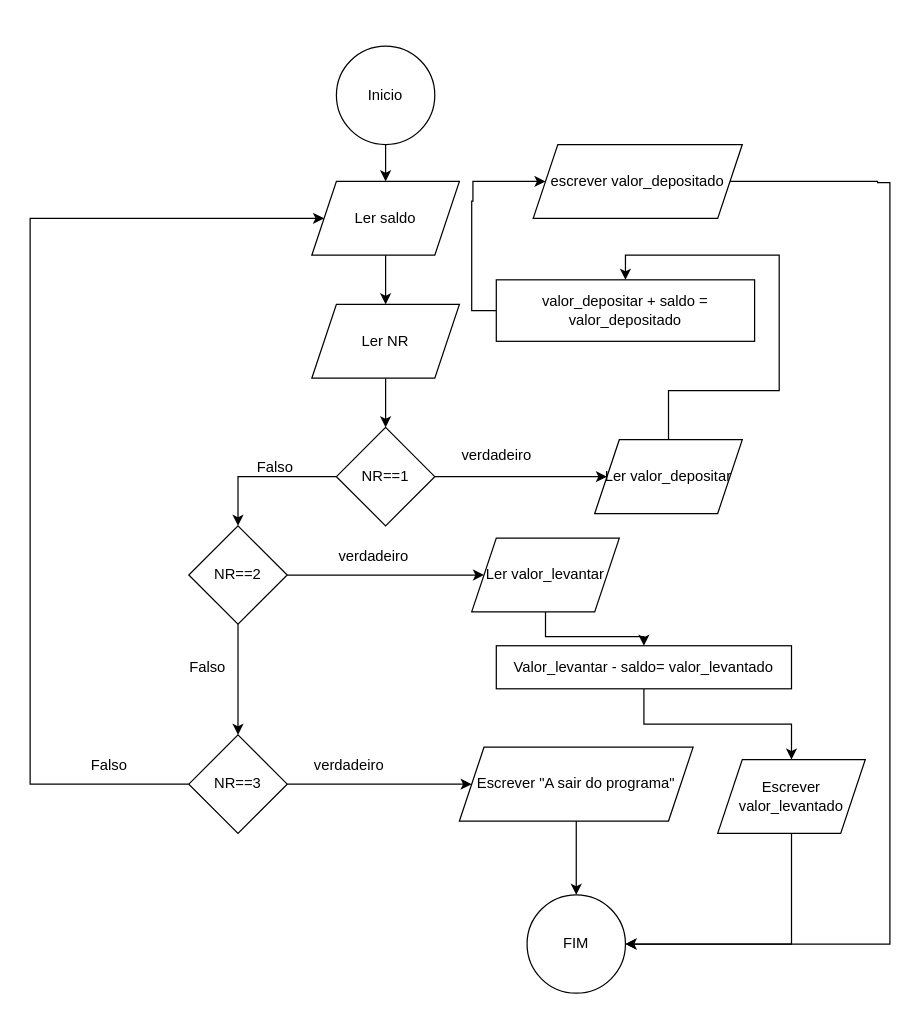
This is teste.drawio from Mobojobil/Tom-s-guerreiro-, a draw.io file, before an edit. Source tidied: cells renumbered, new cells numbered last; positions are measured from the earlier drawing's top-left corner, leaving out a move shared by most shapes. Both pictures are drawn from the tidied source at 123%, with x=0, y=0 at pixel (30, 46).
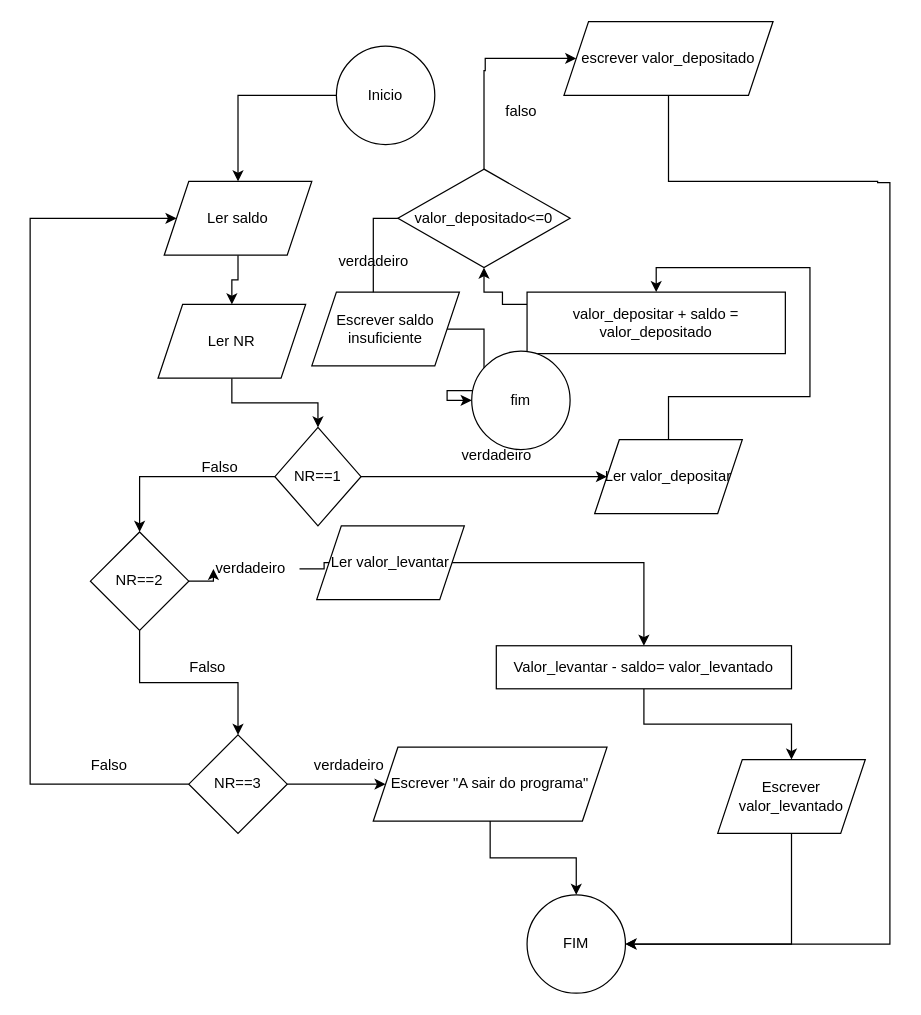
The same page after the edit.

Diff of the diagram source:
```diff
@@
     <mxCell id="6" value="NR==1" style="rhombus;whiteSpace=wrap;html=1;" parent="1" vertex="1">
-      <mxGeometry x="249" y="310" width="80" height="80" as="geometry" />
+      <mxGeometry x="199" y="310" width="70" height="80" as="geometry" />
     </mxCell>
@@
     <mxCell id="8" value="Ler NR" style="shape=parallelogram;perimeter=parallelogramPerimeter;whiteSpace=wrap;html=1;fixedSize=1;" parent="1" vertex="1">
-      <mxGeometry x="229" y="210" width="120" height="60" as="geometry" />
+      <mxGeometry x="104" y="210" width="120" height="60" as="geometry" />
     </mxCell>
@@
-    <mxCell id="12" style="edgeStyle=orthogonalEdgeStyle;rounded=0;jettySize=auto;html=1;" parent="1" edge="1" source="14" target="26">
+    <mxCell id="12" style="edgeStyle=orthogonalEdgeStyle;rounded=0;jettySize=auto;html=1;" parent="1" edge="1" source="19" target="26">
       <mxGeometry relative="1" as="geometry" />
     </mxCell>
@@
     <mxCell id="14" value="NR==2" style="rhombus;whiteSpace=wrap;html=1;" parent="1" vertex="1">
-      <mxGeometry x="129" y="390" width="80" height="80" as="geometry" />
+      <mxGeometry x="49" y="395" width="80" height="80" as="geometry" />
     </mxCell>
@@
     <mxCell id="16" value="Ler saldo" style="shape=parallelogram;perimeter=parallelogramPerimeter;whiteSpace=wrap;html=1;fixedSize=1;" parent="1" vertex="1">
-      <mxGeometry x="229" y="110" width="120" height="60" as="geometry" />
+      <mxGeometry x="109" y="110" width="120" height="60" as="geometry" />
     </mxCell>
@@
-    <mxCell id="19" value="verdadeiro" style="text;html=1;align=center;verticalAlign=middle;points=[];strokeColor=none;fillColor=none;" parent="1" vertex="1">
-      <mxGeometry x="239" y="400" width="80" height="30" as="geometry" />
-    </mxCell>
     <mxCell id="20" value="Falso" style="text;html=1;align=center;verticalAlign=middle;strokeColor=none;fillColor=none;" parent="1" vertex="1">
-      <mxGeometry x="174" y="328" width="50" height="30" as="geometry" />
+      <mxGeometry x="129" y="328" width="50" height="30" as="geometry" />
     </mxCell>
@@
     <mxCell id="26" value="Ler valor_levantar" style="shape=parallelogram;perimeter=parallelogramPerimeter;whiteSpace=wrap;html=1;fixedSize=1;" parent="1" vertex="1">
-      <mxGeometry x="359" y="400" width="120" height="60" as="geometry" />
+      <mxGeometry x="233" y="390" width="120" height="60" as="geometry" />
     </mxCell>
@@
     <mxCell id="28" value="Escrever &quot;A sair do programa&quot;" style="shape=parallelogram;perimeter=parallelogramPerimeter;whiteSpace=wrap;html=1;fixedSize=1;" parent="1" vertex="1">
-      <mxGeometry x="349" y="570" width="190" height="60" as="geometry" />
+      <mxGeometry x="279" y="570" width="190" height="60" as="geometry" />
     </mxCell>
@@
-    <mxCell id="34" style="edgeStyle=orthogonalEdgeStyle;rounded=0;jettySize=auto;html=1;" parent="1" edge="1" source="35" target="37">
-      <mxGeometry relative="1" as="geometry">
-        <Array as="points">
-          <mxPoint x="359" y="215" />
-          <mxPoint x="359" y="126" />
-          <mxPoint x="360" y="126" />
-          <mxPoint x="360" y="110" />
-        </Array>
-      </mxGeometry>
-    </mxCell>
+    <mxCell id="38" style="edgeStyle=orthogonalEdgeStyle;rounded=0;jettySize=auto;html=1;" parent="1" edge="1" source="35" target="41">
+      <mxGeometry relative="1" as="geometry">
+        <Array as="points">
+          <mxPoint x="384" y="210" />
+          <mxPoint x="384" y="200" />
+          <mxPoint x="369" y="200" />
+        </Array>
+      </mxGeometry>
+    </mxCell>
     <mxCell id="35" value="valor_depositar + saldo = valor_depositado" style="rounded=0;whiteSpace=wrap;html=1;" parent="1" vertex="1">
-      <mxGeometry x="379" y="190" width="210" height="50" as="geometry" />
+      <mxGeometry x="404" y="200" width="210" height="50" as="geometry" />
     </mxCell>
@@
     <mxCell id="37" value="escrever valor_depositado" style="shape=parallelogram;perimeter=parallelogramPerimeter;whiteSpace=wrap;html=1;fixedSize=1;" parent="1" vertex="1">
-      <mxGeometry x="409" y="80" width="170" height="60" as="geometry" />
+      <mxGeometry x="434" y="-20" width="170" height="60" as="geometry" />
     </mxCell>
+    <mxCell id="39" style="edgeStyle=orthogonalEdgeStyle;rounded=0;jettySize=auto;html=1;" parent="1" edge="1" source="41" target="37">
+      <mxGeometry relative="1" as="geometry">
+        <Array as="points">
+          <mxPoint x="369" y="20" />
+          <mxPoint x="370" y="10" />
+        </Array>
+      </mxGeometry>
+    </mxCell>
+    <mxCell id="40" style="edgeStyle=orthogonalEdgeStyle;rounded=0;jettySize=auto;html=1;" parent="1" edge="1" source="41">
+      <mxGeometry relative="1" as="geometry">
+        <mxPoint x="279" y="230" as="targetPoint" />
+      </mxGeometry>
+    </mxCell>
+    <mxCell id="41" value="valor_depositado&amp;lt;=0" style="rhombus;whiteSpace=wrap;html=1;" parent="1" vertex="1">
+      <mxGeometry x="299" y="100" width="140" height="80" as="geometry" />
+    </mxCell>
+    <mxCell id="42" style="edgeStyle=orthogonalEdgeStyle;rounded=0;jettySize=auto;html=1;" parent="1" edge="1" source="14" target="19">
+      <mxGeometry relative="1" as="geometry" />
+    </mxCell>
+    <mxCell id="19" value="verdadeiro" style="text;html=1;align=center;verticalAlign=middle;points=[];strokeColor=none;fillColor=none;" parent="1" vertex="1">
+      <mxGeometry x="139" y="410" width="80" height="30" as="geometry" />
+    </mxCell>
+    <mxCell id="43" value="falso" style="text;html=1;align=center;verticalAlign=middle;strokeColor=none;fillColor=none;" parent="1" vertex="1">
+      <mxGeometry x="374" y="38" width="50" height="30" as="geometry" />
+    </mxCell>
+    <mxCell id="44" style="edgeStyle=orthogonalEdgeStyle;rounded=0;jettySize=auto;html=1;" parent="1" edge="1" source="45" target="47">
+      <mxGeometry relative="1" as="geometry" />
+    </mxCell>
+    <mxCell id="45" value="Escrever saldo insuficiente" style="shape=parallelogram;perimeter=parallelogramPerimeter;whiteSpace=wrap;html=1;fixedSize=1;" parent="1" vertex="1">
+      <mxGeometry x="229" y="200" width="120" height="60" as="geometry" />
+    </mxCell>
+    <mxCell id="46" value="verdadeiro" style="text;html=1;align=center;verticalAlign=middle;strokeColor=none;fillColor=none;" parent="1" vertex="1">
+      <mxGeometry x="239" y="160" width="80" height="30" as="geometry" />
+    </mxCell>
+    <mxCell id="47" value="fim" style="ellipse;whiteSpace=wrap;html=1;" parent="1" vertex="1">
+      <mxGeometry x="359" y="248" width="80" height="80" as="geometry" />
+    </mxCell>
```
